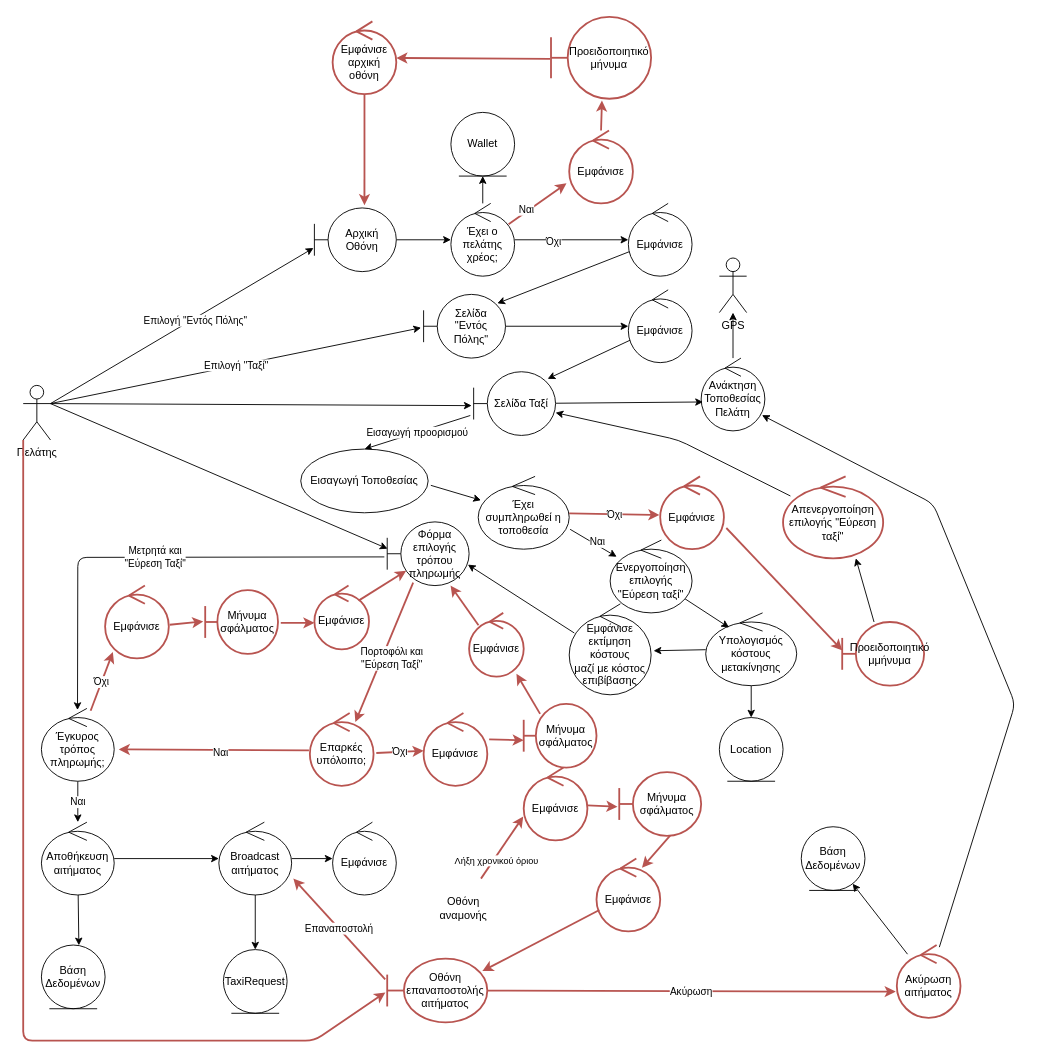
Above: Part_2/Robustness/diagrams/07_Επιλογή_Τάξι.drawio in Nikolis2002/texnoligia_logismikou (draw.io), before the change. Source tidied: cells renumbered, new cells numbered last; positions are measured from the earlier drawing's top-left corner, leaving out a move shared by most shapes. Both pictures are drawn from the tidied source at 91%, with x=0, y=0 at pixel (23, 16).
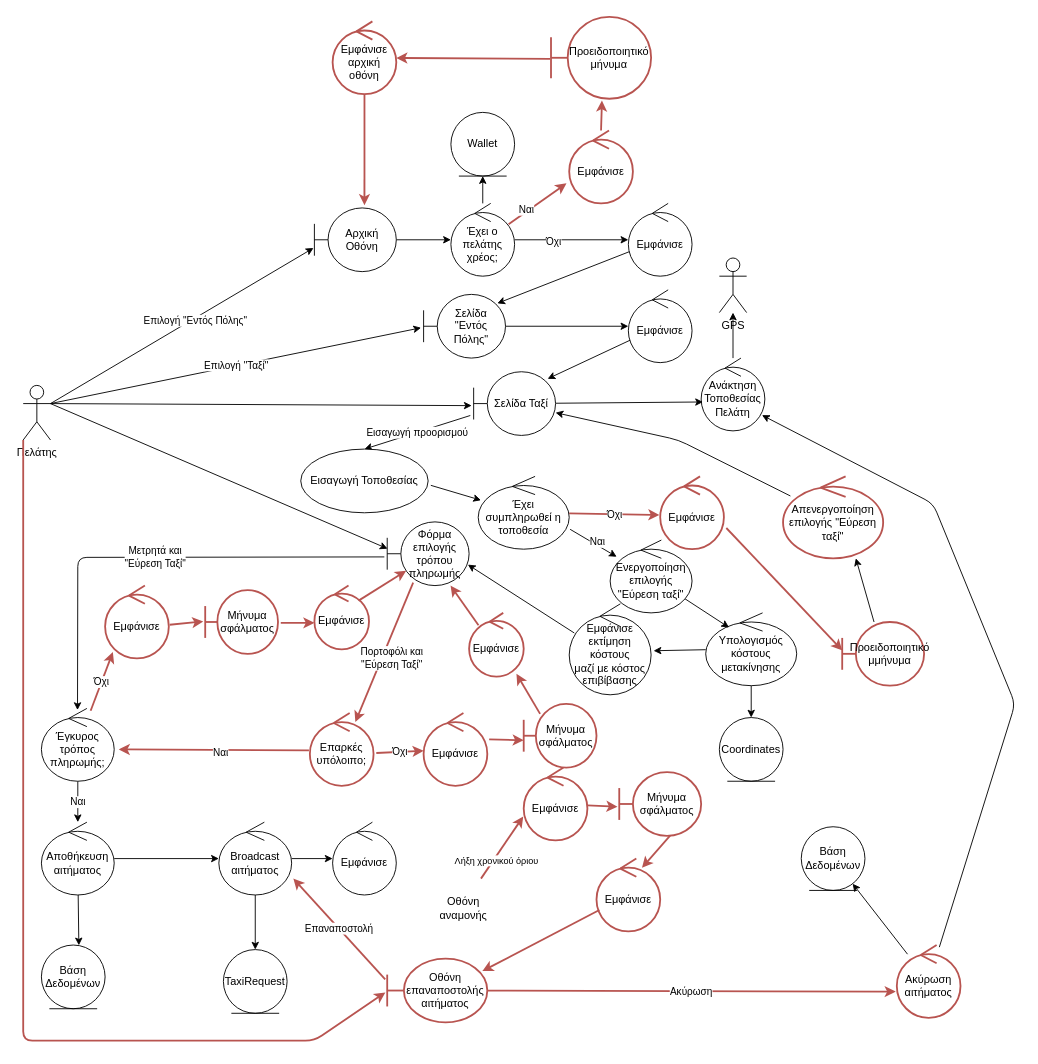
Above is the later version.

The edit, as a diff of the source:
```diff
@@
-    <mxCell id="34" value="Location" style="ellipse;shape=umlEntity;whiteSpace=wrap;html=1;" parent="1" vertex="1">
+    <mxCell id="34" value="Coordinates" style="ellipse;shape=umlEntity;whiteSpace=wrap;html=1;" parent="1" vertex="1">
       <mxGeometry x="765" y="770" width="70" height="70" as="geometry" />
     </mxCell>
```
